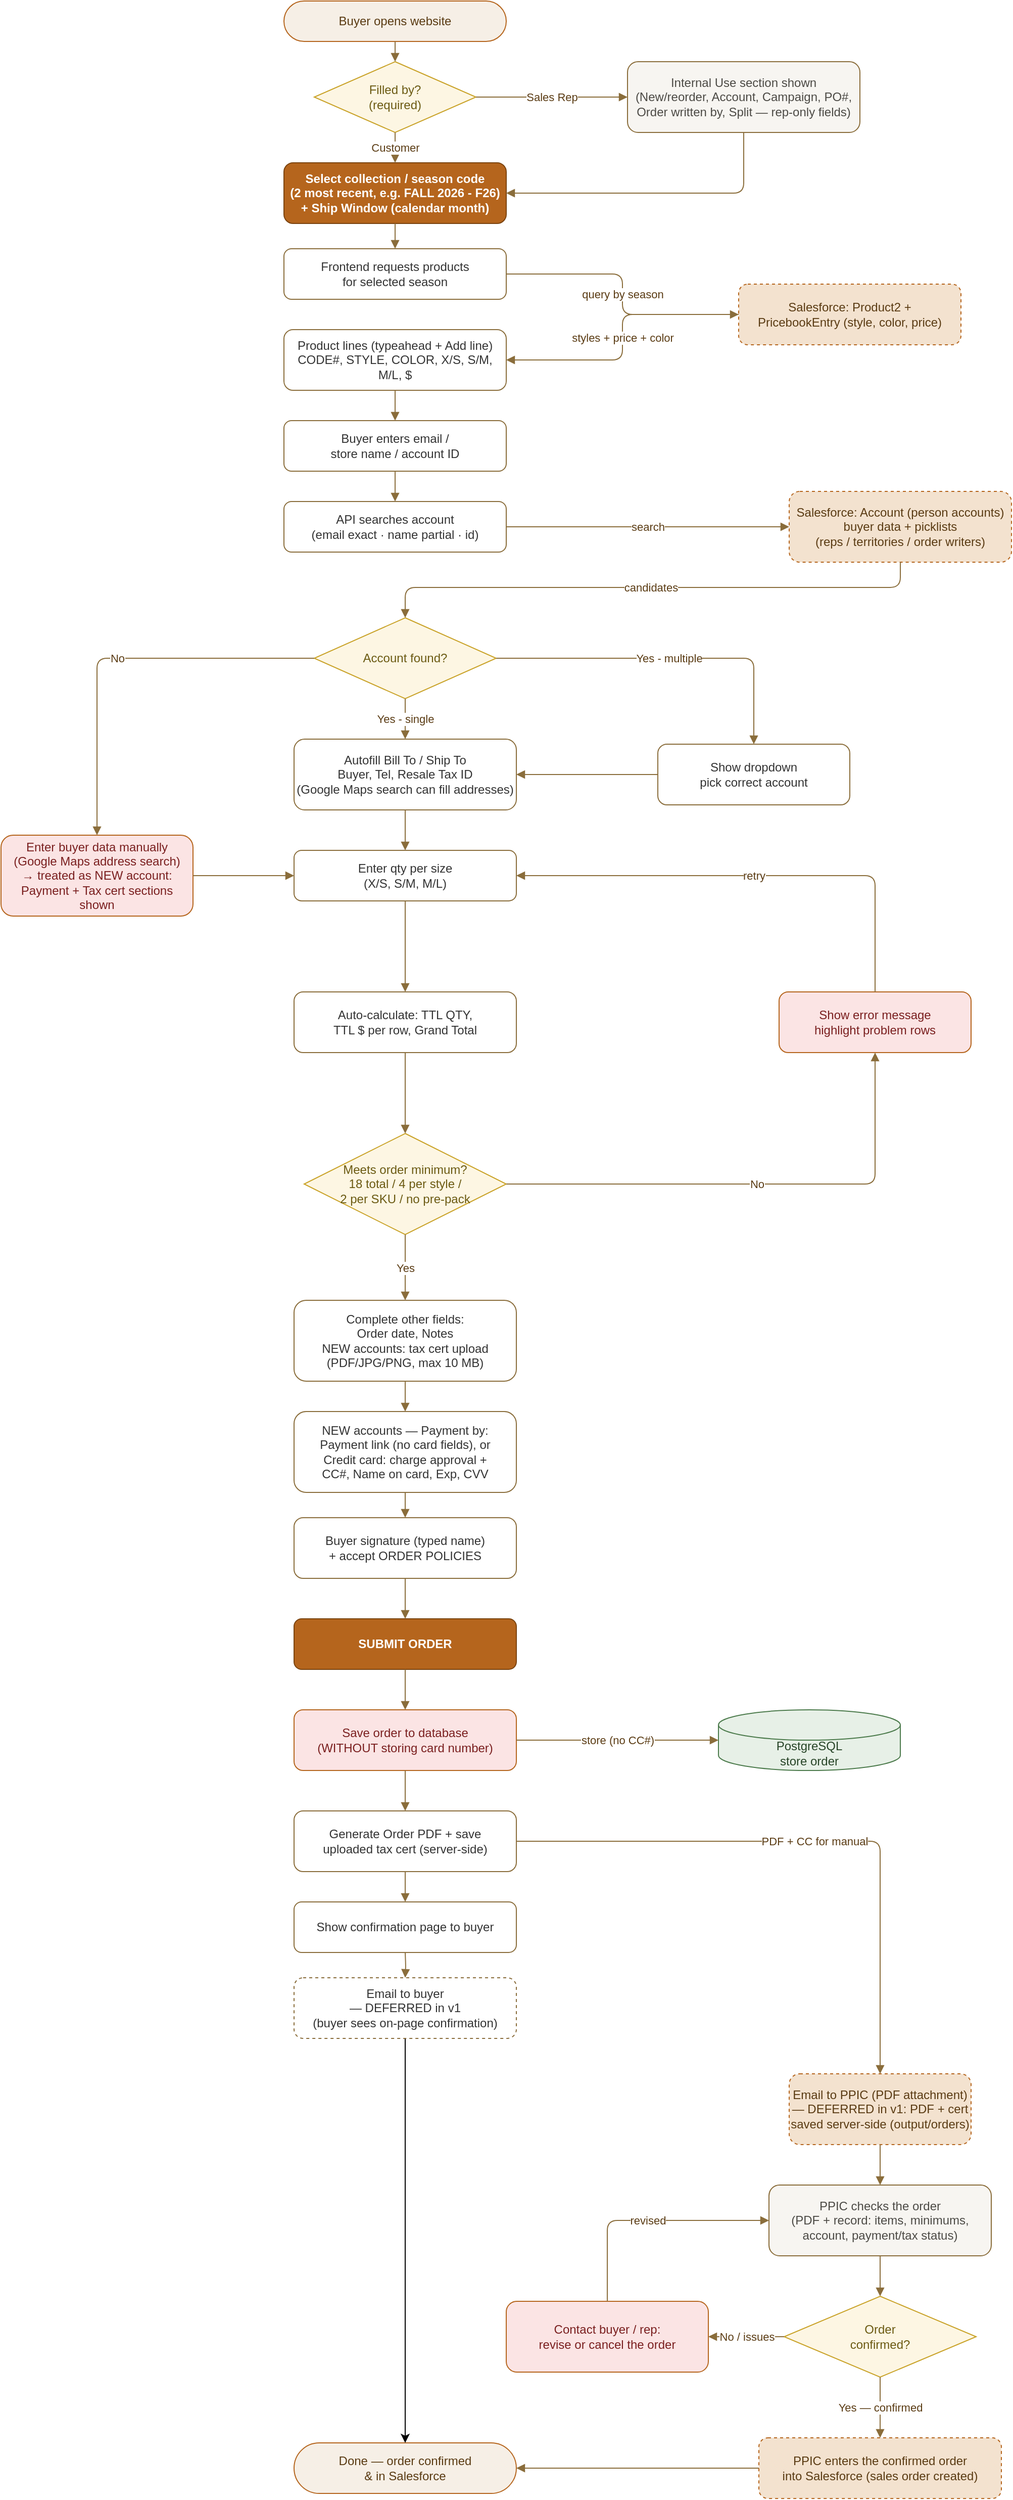
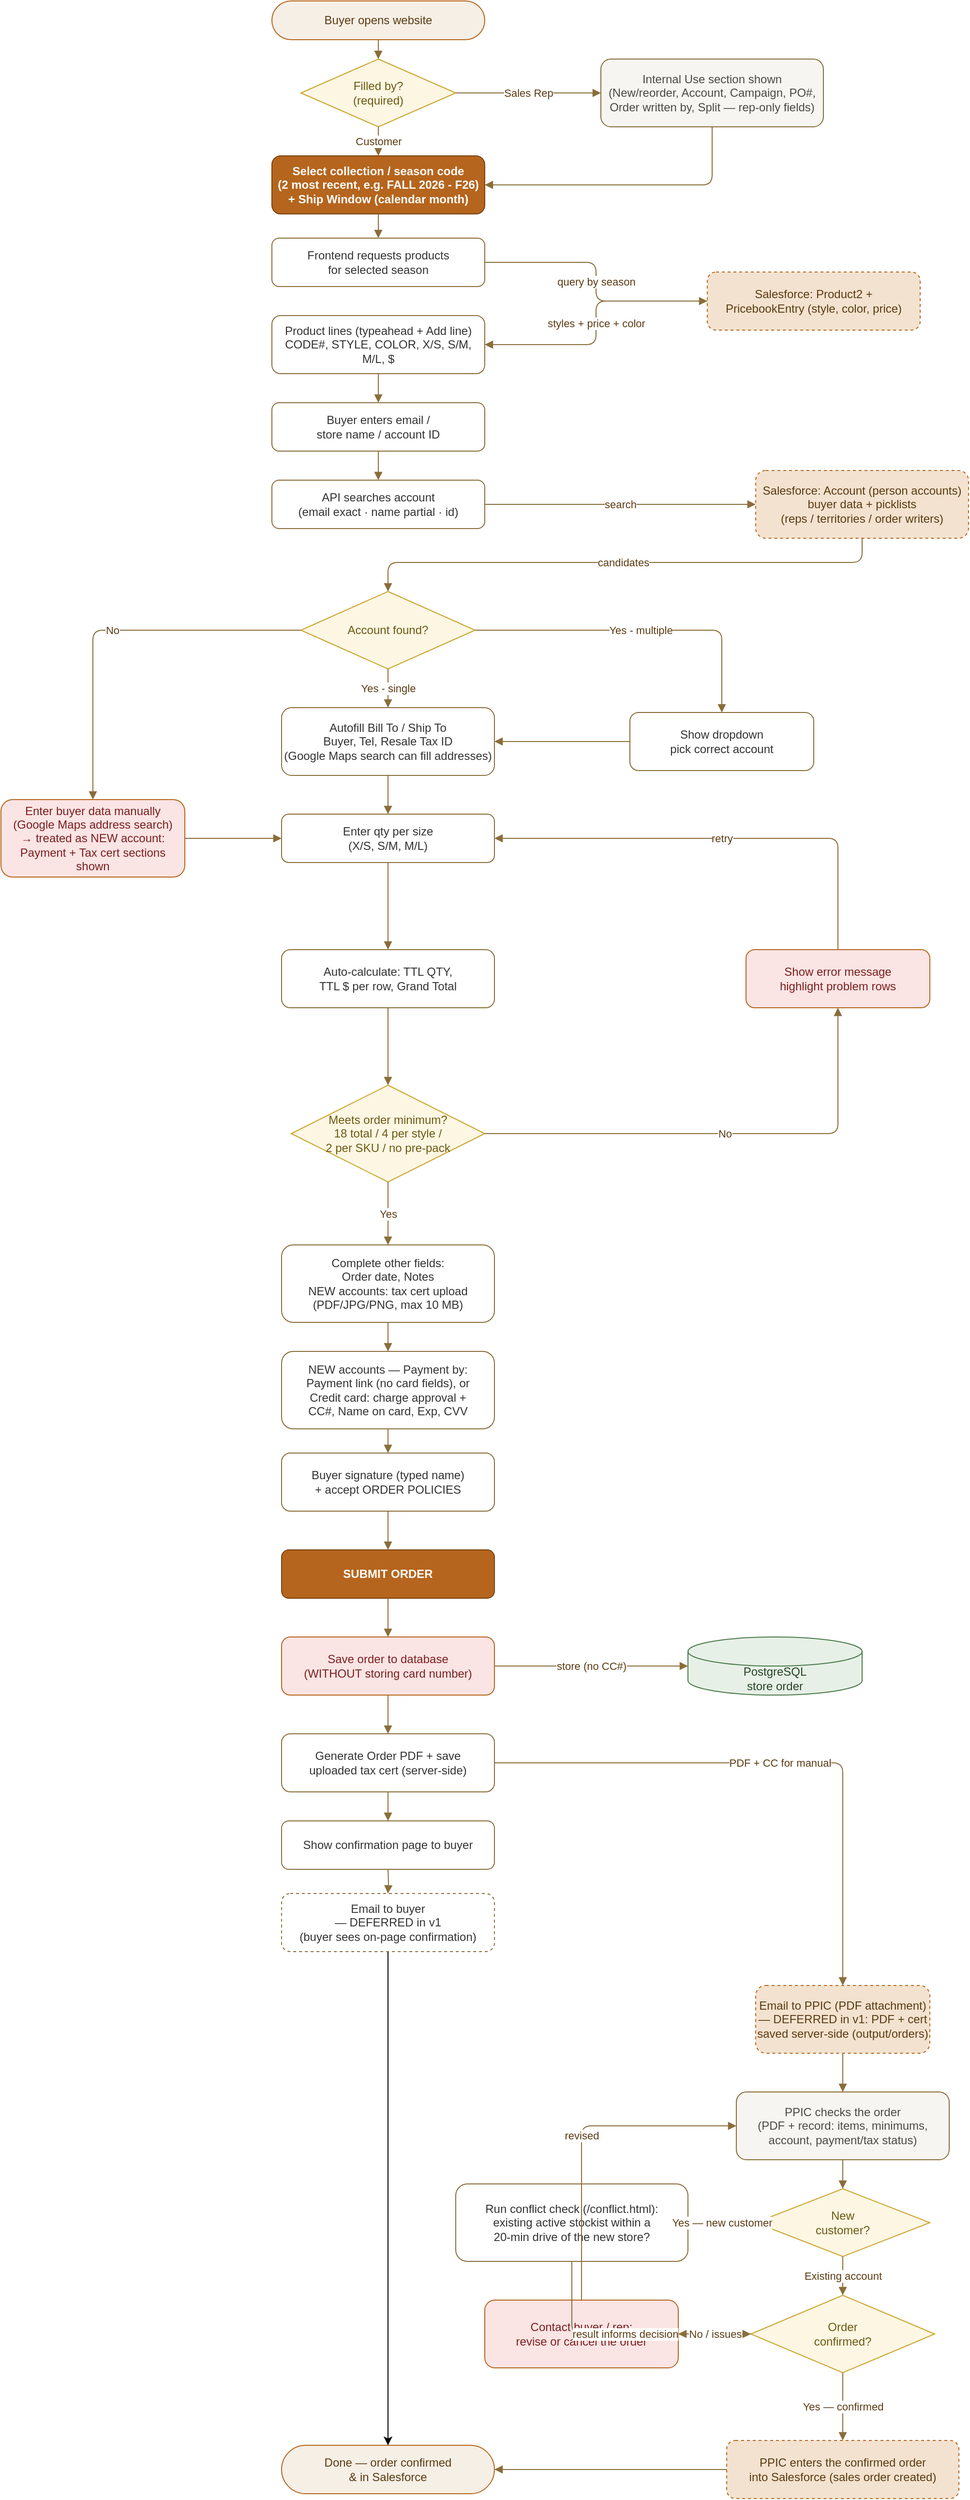
<mxfile host="65bd71144e">
    <diagram id="woodenships-order" name="Wooden Ships Order Flow">
-         <mxGraphModel dx="1341" dy="384" grid="1" gridSize="10" guides="1" tooltips="1" connect="1" arrows="1" fold="1" page="1" pageScale="1" pageWidth="1100" pageHeight="2600" math="0" shadow="0">
+         <mxGraphModel dx="1341" dy="384" grid="1" gridSize="10" guides="1" tooltips="1" connect="1" arrows="1" fold="1" page="1" pageScale="1" pageWidth="1100" pageHeight="2750" math="0" shadow="0">
            <root>
                <mxCell id="0"/>
                <mxCell id="1" parent="0"/>
                <mxCell id="start" value="Buyer opens website" style="rounded=1;whiteSpace=wrap;html=1;fillColor=#f6efe6;strokeColor=#b5651d;arcSize=50;fontColor=#5a3b13;" parent="1" vertex="1">
                    <mxGeometry x="360" y="10" width="220" height="40" as="geometry"/>
                </mxCell>
                <mxCell id="filledby" value="Filled by?&lt;br&gt;(required)" style="rhombus;whiteSpace=wrap;html=1;fillColor=#fdf6e3;strokeColor=#c9a227;fontColor=#6b5a12;" parent="1" vertex="1">
                    <mxGeometry x="390" y="70" width="160" height="70" as="geometry"/>
                </mxCell>
                <mxCell id="internaluse" value="Internal Use section shown&lt;br&gt;(New/reorder, Account, Campaign, PO#,&lt;br&gt;Order written by, Split — rep-only fields)" style="rounded=1;whiteSpace=wrap;html=1;fillColor=#f7f5f1;strokeColor=#8a6d3b;fontColor=#4c4a45;" parent="1" vertex="1">
                    <mxGeometry x="700" y="70" width="230" height="70" as="geometry"/>
                </mxCell>
                <mxCell id="season" value="Select collection / season code&lt;br&gt;(2 most recent, e.g. FALL 2026 - F26)&lt;br&gt;+ Ship Window (calendar month)" style="rounded=1;whiteSpace=wrap;html=1;fillColor=#b5651d;strokeColor=#7a430f;fontColor=#ffffff;fontStyle=1;" parent="1" vertex="1">
                    <mxGeometry x="360" y="170" width="220" height="60" as="geometry"/>
                </mxCell>
                <mxCell id="req" value="Frontend requests products&lt;br&gt;for selected season" style="rounded=1;whiteSpace=wrap;html=1;fillColor=#ffffff;strokeColor=#8a6d3b;fontColor=#333333;" parent="1" vertex="1">
                    <mxGeometry x="360" y="255" width="220" height="50" as="geometry"/>
                </mxCell>
                <mxCell id="show" value="Product lines (typeahead + Add line)&lt;br&gt;CODE#, STYLE, COLOR, X/S, S/M, M/L, $" style="rounded=1;whiteSpace=wrap;html=1;fillColor=#ffffff;strokeColor=#8a6d3b;fontColor=#333333;" parent="1" vertex="1">
                    <mxGeometry x="360" y="335" width="220" height="60" as="geometry"/>
                </mxCell>
                <mxCell id="buyer" value="Buyer enters email /&lt;br&gt;store name / account ID" style="rounded=1;whiteSpace=wrap;html=1;fillColor=#ffffff;strokeColor=#8a6d3b;fontColor=#333333;" parent="1" vertex="1">
                    <mxGeometry x="360" y="425" width="220" height="50" as="geometry"/>
                </mxCell>
                <mxCell id="api2" value="API searches account&lt;br&gt;(email exact · name partial · id)" style="rounded=1;whiteSpace=wrap;html=1;fillColor=#ffffff;strokeColor=#8a6d3b;fontColor=#333333;" parent="1" vertex="1">
                    <mxGeometry x="360" y="505" width="220" height="50" as="geometry"/>
                </mxCell>
                <mxCell id="match" value="Account found?" style="rhombus;whiteSpace=wrap;html=1;fillColor=#fdf6e3;strokeColor=#c9a227;fontColor=#6b5a12;" parent="1" vertex="1">
                    <mxGeometry x="390" y="620" width="180" height="80" as="geometry"/>
                </mxCell>
                <mxCell id="autofill" value="Autofill Bill To / Ship To&lt;br&gt;Buyer, Tel, Resale Tax ID&lt;br&gt;(Google Maps search can fill addresses)" style="rounded=1;whiteSpace=wrap;html=1;fillColor=#ffffff;strokeColor=#8a6d3b;fontColor=#333333;" parent="1" vertex="1">
                    <mxGeometry x="370" y="740" width="220" height="70" as="geometry"/>
                </mxCell>
                <mxCell id="qty" value="Enter qty per size&lt;br&gt;(X/S, S/M, M/L)" style="rounded=1;whiteSpace=wrap;html=1;fillColor=#ffffff;strokeColor=#8a6d3b;fontColor=#333333;" parent="1" vertex="1">
                    <mxGeometry x="370" y="850" width="220" height="50" as="geometry"/>
                </mxCell>
                <mxCell id="calc" value="Auto-calculate: TTL QTY,&lt;br&gt;TTL $ per row, Grand Total" style="rounded=1;whiteSpace=wrap;html=1;fillColor=#ffffff;strokeColor=#8a6d3b;fontColor=#333333;" parent="1" vertex="1">
                    <mxGeometry x="370" y="990" width="220" height="60" as="geometry"/>
                </mxCell>
                <mxCell id="valid" value="Meets order minimum?&lt;br&gt;18 total / 4 per style /&lt;br&gt;2 per SKU / no pre-pack" style="rhombus;whiteSpace=wrap;html=1;fillColor=#fdf6e3;strokeColor=#c9a227;fontColor=#6b5a12;" parent="1" vertex="1">
                    <mxGeometry x="380" y="1130" width="200" height="100" as="geometry"/>
                </mxCell>
                <mxCell id="details" value="Complete other fields:&lt;br&gt;Order date, Notes&lt;br&gt;NEW accounts: tax cert upload&lt;br&gt;(PDF/JPG/PNG, max 10 MB)" style="rounded=1;whiteSpace=wrap;html=1;fillColor=#ffffff;strokeColor=#8a6d3b;fontColor=#333333;" parent="1" vertex="1">
                    <mxGeometry x="370" y="1295" width="220" height="80" as="geometry"/>
                </mxCell>
                <mxCell id="pay" value="NEW accounts — Payment by:&lt;br&gt;Payment link (no card fields), or&lt;br&gt;Credit card: charge approval +&lt;br&gt;CC#, Name on card, Exp, CVV" style="rounded=1;whiteSpace=wrap;html=1;fillColor=#ffffff;strokeColor=#8a6d3b;fontColor=#333333;" parent="1" vertex="1">
                    <mxGeometry x="370" y="1405" width="220" height="80" as="geometry"/>
                </mxCell>
                <mxCell id="sign" value="Buyer signature (typed name)&lt;br&gt;+ accept ORDER POLICIES" style="rounded=1;whiteSpace=wrap;html=1;fillColor=#ffffff;strokeColor=#8a6d3b;fontColor=#333333;" parent="1" vertex="1">
                    <mxGeometry x="370" y="1510" width="220" height="60" as="geometry"/>
                </mxCell>
                <mxCell id="submit" value="SUBMIT ORDER" style="rounded=1;whiteSpace=wrap;html=1;fillColor=#b5651d;strokeColor=#7a430f;fontColor=#ffffff;fontStyle=1;" parent="1" vertex="1">
                    <mxGeometry x="370" y="1610" width="220" height="50" as="geometry"/>
                </mxCell>
                <mxCell id="save" value="Save order to database&lt;br&gt;(WITHOUT storing card number)" style="rounded=1;whiteSpace=wrap;html=1;fillColor=#fbe4e4;strokeColor=#b5651d;fontColor=#7a1f1f;" parent="1" vertex="1">
                    <mxGeometry x="370" y="1700" width="220" height="60" as="geometry"/>
                </mxCell>
                <mxCell id="pdf" value="Generate Order PDF + save&lt;br&gt;uploaded tax cert (server-side)" style="rounded=1;whiteSpace=wrap;html=1;fillColor=#ffffff;strokeColor=#8a6d3b;fontColor=#333333;" parent="1" vertex="1">
                    <mxGeometry x="370" y="1800" width="220" height="60" as="geometry"/>
                </mxCell>
                <mxCell id="confirm" value="Show confirmation page to buyer" style="rounded=1;whiteSpace=wrap;html=1;fillColor=#ffffff;strokeColor=#8a6d3b;fontColor=#333333;" parent="1" vertex="1">
                    <mxGeometry x="370" y="1890" width="220" height="50" as="geometry"/>
                </mxCell>
                <mxCell id="ppic" value="PPIC checks the order&lt;br&gt;(PDF + record: items, minimums,&lt;br&gt;account, payment/tax status)" style="rounded=1;whiteSpace=wrap;html=1;fillColor=#f7f5f1;strokeColor=#8a6d3b;fontColor=#4c4a45;" parent="1" vertex="1">
                    <mxGeometry x="840" y="2170" width="220" height="70" as="geometry"/>
                </mxCell>
+                 <mxCell id="newcust" value="New&lt;br&gt;customer?" style="rhombus;whiteSpace=wrap;html=1;fillColor=#fdf6e3;strokeColor=#c9a227;fontColor=#6b5a12;" parent="1" vertex="1">
+                     <mxGeometry x="860" y="2270" width="180" height="70" as="geometry"/>
+                 </mxCell>
+                 <mxCell id="conflictcheck" value="Run conflict check (/conflict.html):&lt;br&gt;existing active stockist within a&lt;br&gt;20-min drive of the new store?" style="rounded=1;whiteSpace=wrap;html=1;fillColor=#ffffff;strokeColor=#8a6d3b;fontColor=#333333;" parent="1" vertex="1">
+                     <mxGeometry x="550" y="2265" width="240" height="80" as="geometry"/>
+                 </mxCell>
                <mxCell id="ppicok" value="Order&lt;br&gt;confirmed?" style="rhombus;whiteSpace=wrap;html=1;fillColor=#fdf6e3;strokeColor=#c9a227;fontColor=#6b5a12;" parent="1" vertex="1">
-                     <mxGeometry x="855" y="2280" width="190" height="80" as="geometry"/>
+                     <mxGeometry x="855" y="2380" width="190" height="80" as="geometry"/>
                </mxCell>
                <mxCell id="ppicfix" value="Contact buyer / rep:&lt;br&gt;revise or cancel the order" style="rounded=1;whiteSpace=wrap;html=1;fillColor=#fbe4e4;strokeColor=#b5651d;fontColor=#7a1f1f;" parent="1" vertex="1">
-                     <mxGeometry x="580" y="2285" width="200" height="70" as="geometry"/>
+                     <mxGeometry x="580" y="2385" width="200" height="70" as="geometry"/>
                </mxCell>
                <mxCell id="sfentry" value="PPIC enters the confirmed order&lt;br&gt;into Salesforce (sales order created)" style="rounded=1;whiteSpace=wrap;html=1;fillColor=#f3e2cf;strokeColor=#b5651d;fontColor=#5a3b13;dashed=1;" parent="1" vertex="1">
-                     <mxGeometry x="830" y="2420" width="240" height="60" as="geometry"/>
+                     <mxGeometry x="830" y="2530" width="240" height="60" as="geometry"/>
                </mxCell>
                <mxCell id="done" value="Done — order confirmed&lt;br&gt;&amp;amp; in Salesforce" style="rounded=1;whiteSpace=wrap;html=1;fillColor=#f6efe6;strokeColor=#b5651d;arcSize=50;fontColor=#5a3b13;" parent="1" vertex="1">
-                     <mxGeometry x="370" y="2425" width="220" height="50" as="geometry"/>
+                     <mxGeometry x="370" y="2535" width="220" height="50" as="geometry"/>
                </mxCell>
                <mxCell id="pick" value="Show dropdown&lt;br&gt;pick correct account" style="rounded=1;whiteSpace=wrap;html=1;fillColor=#ffffff;strokeColor=#8a6d3b;fontColor=#333333;" parent="1" vertex="1">
                    <mxGeometry x="730" y="745" width="190" height="60" as="geometry"/>
                </mxCell>
                <mxCell id="manual" value="Enter buyer data manually&lt;br&gt;(Google Maps address search)&lt;br&gt;→ treated as NEW account:&lt;br&gt;Payment + Tax cert sections shown" style="rounded=1;whiteSpace=wrap;html=1;fillColor=#fbe4e4;strokeColor=#b5651d;fontColor=#7a1f1f;" parent="1" vertex="1">
                    <mxGeometry x="80" y="835" width="190" height="80" as="geometry"/>
                </mxCell>
                <mxCell id="err" value="Show error message&lt;br&gt;highlight problem rows" style="rounded=1;whiteSpace=wrap;html=1;fillColor=#fbe4e4;strokeColor=#b5651d;fontColor=#7a1f1f;" parent="1" vertex="1">
                    <mxGeometry x="850" y="990" width="190" height="60" as="geometry"/>
                </mxCell>
                <mxCell id="sfprod" value="Salesforce: Product2 +&lt;br&gt;PricebookEntry (style, color, price)" style="rounded=1;whiteSpace=wrap;html=1;fillColor=#f3e2cf;strokeColor=#b5651d;fontColor=#5a3b13;dashed=1;" parent="1" vertex="1">
                    <mxGeometry x="810" y="290" width="220" height="60" as="geometry"/>
                </mxCell>
                <mxCell id="sfacc" value="Salesforce: Account (person accounts)&lt;br&gt;buyer data + picklists&lt;br&gt;(reps / territories / order writers)" style="rounded=1;whiteSpace=wrap;html=1;fillColor=#f3e2cf;strokeColor=#b5651d;fontColor=#5a3b13;dashed=1;" parent="1" vertex="1">
                    <mxGeometry x="860" y="495" width="220" height="70" as="geometry"/>
                </mxCell>
                <mxCell id="db" value="PostgreSQL&lt;br&gt;store order" style="shape=cylinder3;whiteSpace=wrap;html=1;boundedLbl=1;backgroundOutline=1;fillColor=#e7f0e7;strokeColor=#4b7a4b;fontColor=#274427;" parent="1" vertex="1">
                    <mxGeometry x="790" y="1700" width="180" height="60" as="geometry"/>
                </mxCell>
                <mxCell id="mail" value="Email to PPIC (PDF attachment)&lt;br&gt;— DEFERRED in v1: PDF + cert&lt;br&gt;saved server-side (output/orders)" style="rounded=1;whiteSpace=wrap;html=1;fillColor=#f3e2cf;strokeColor=#b5651d;fontColor=#5a3b13;dashed=1;" parent="1" vertex="1">
                    <mxGeometry x="860" y="2060" width="180" height="70" as="geometry"/>
                </mxCell>
                <mxCell id="e0" value="" style="edgeStyle=orthogonalEdgeStyle;rounded=1;html=1;strokeColor=#8a6d3b;fontColor=#5a3b13;endArrow=block;" parent="1" source="start" target="filledby" edge="1">
                    <mxGeometry relative="1" as="geometry"/>
                </mxCell>
                <mxCell id="efb1" value="Sales Rep" style="edgeStyle=orthogonalEdgeStyle;rounded=1;html=1;strokeColor=#8a6d3b;fontColor=#5a3b13;endArrow=block;exitX=1;exitY=0.5;exitDx=0;exitDy=0;entryX=0;entryY=0.5;entryDx=0;entryDy=0;" parent="1" source="filledby" target="internaluse" edge="1">
                    <mxGeometry relative="1" as="geometry"/>
                </mxCell>
                <mxCell id="efb2" value="Customer" style="edgeStyle=orthogonalEdgeStyle;rounded=1;html=1;strokeColor=#8a6d3b;fontColor=#5a3b13;endArrow=block;exitX=0.5;exitY=1;exitDx=0;exitDy=0;entryX=0.5;entryY=0;entryDx=0;entryDy=0;" parent="1" source="filledby" target="season" edge="1">
                    <mxGeometry relative="1" as="geometry"/>
                </mxCell>
                <mxCell id="efb3" value="" style="edgeStyle=orthogonalEdgeStyle;rounded=1;html=1;strokeColor=#8a6d3b;fontColor=#5a3b13;endArrow=block;exitX=0.5;exitY=1;exitDx=0;exitDy=0;entryX=1;entryY=0.5;entryDx=0;entryDy=0;" parent="1" source="internaluse" target="season" edge="1">
                    <mxGeometry relative="1" as="geometry"/>
                </mxCell>
                <mxCell id="e1" value="" style="edgeStyle=orthogonalEdgeStyle;rounded=1;html=1;strokeColor=#8a6d3b;fontColor=#5a3b13;endArrow=block;" parent="1" source="season" target="req" edge="1">
                    <mxGeometry relative="1" as="geometry"/>
                </mxCell>
                <mxCell id="e2" value="query by season" style="edgeStyle=orthogonalEdgeStyle;rounded=1;html=1;strokeColor=#8a6d3b;fontColor=#5a3b13;endArrow=block;" parent="1" source="req" target="sfprod" edge="1">
                    <mxGeometry relative="1" as="geometry"/>
                </mxCell>
                <mxCell id="e3" value="styles + price + color" style="edgeStyle=orthogonalEdgeStyle;rounded=1;html=1;strokeColor=#8a6d3b;fontColor=#5a3b13;endArrow=block;" parent="1" source="sfprod" target="show" edge="1">
                    <mxGeometry relative="1" as="geometry"/>
                </mxCell>
                <mxCell id="e4" value="" style="edgeStyle=orthogonalEdgeStyle;rounded=1;html=1;strokeColor=#8a6d3b;fontColor=#5a3b13;endArrow=block;" parent="1" source="show" target="buyer" edge="1">
                    <mxGeometry relative="1" as="geometry"/>
                </mxCell>
                <mxCell id="e5" value="" style="edgeStyle=orthogonalEdgeStyle;rounded=1;html=1;strokeColor=#8a6d3b;fontColor=#5a3b13;endArrow=block;" parent="1" source="buyer" target="api2" edge="1">
                    <mxGeometry relative="1" as="geometry"/>
                </mxCell>
                <mxCell id="e6" value="search" style="edgeStyle=orthogonalEdgeStyle;rounded=1;html=1;strokeColor=#8a6d3b;fontColor=#5a3b13;endArrow=block;" parent="1" source="api2" target="sfacc" edge="1">
                    <mxGeometry relative="1" as="geometry"/>
                </mxCell>
                <mxCell id="e7" value="candidates" style="edgeStyle=orthogonalEdgeStyle;rounded=1;html=1;strokeColor=#8a6d3b;fontColor=#5a3b13;endArrow=block;" parent="1" source="sfacc" target="match" edge="1">
                    <mxGeometry relative="1" as="geometry">
                        <Array as="points">
                            <mxPoint x="970" y="590"/>
                            <mxPoint x="480" y="590"/>
                        </Array>
                        <mxPoint as="offset"/>
                    </mxGeometry>
                </mxCell>
                <mxCell id="e8" value="Yes - multiple" style="edgeStyle=orthogonalEdgeStyle;rounded=1;html=1;strokeColor=#8a6d3b;fontColor=#5a3b13;endArrow=block;" parent="1" source="match" target="pick" edge="1">
                    <mxGeometry x="0.0028" relative="1" as="geometry">
                        <mxPoint as="offset"/>
                    </mxGeometry>
                </mxCell>
                <mxCell id="e9" value="Yes - single" style="edgeStyle=orthogonalEdgeStyle;rounded=1;html=1;strokeColor=#8a6d3b;fontColor=#5a3b13;endArrow=block;" parent="1" source="match" target="autofill" edge="1">
                    <mxGeometry relative="1" as="geometry"/>
                </mxCell>
                <mxCell id="e10" value="No" style="edgeStyle=orthogonalEdgeStyle;rounded=1;html=1;strokeColor=#8a6d3b;fontColor=#5a3b13;endArrow=block;" parent="1" source="match" target="manual" edge="1">
                    <mxGeometry relative="1" as="geometry"/>
                </mxCell>
                <mxCell id="e11" value="" style="edgeStyle=orthogonalEdgeStyle;rounded=1;html=1;strokeColor=#8a6d3b;fontColor=#5a3b13;endArrow=block;" parent="1" source="pick" target="autofill" edge="1">
                    <mxGeometry relative="1" as="geometry"/>
                </mxCell>
                <mxCell id="e12" value="" style="edgeStyle=orthogonalEdgeStyle;rounded=1;html=1;strokeColor=#8a6d3b;fontColor=#5a3b13;endArrow=block;" parent="1" source="manual" target="qty" edge="1">
                    <mxGeometry relative="1" as="geometry"/>
                </mxCell>
                <mxCell id="e13" value="" style="edgeStyle=orthogonalEdgeStyle;rounded=1;html=1;strokeColor=#8a6d3b;fontColor=#5a3b13;endArrow=block;" parent="1" source="autofill" target="qty" edge="1">
                    <mxGeometry relative="1" as="geometry"/>
                </mxCell>
                <mxCell id="e14" value="" style="edgeStyle=orthogonalEdgeStyle;rounded=1;html=1;strokeColor=#8a6d3b;fontColor=#5a3b13;endArrow=block;" parent="1" source="qty" target="calc" edge="1">
                    <mxGeometry relative="1" as="geometry"/>
                </mxCell>
                <mxCell id="e15" value="" style="edgeStyle=orthogonalEdgeStyle;rounded=1;html=1;strokeColor=#8a6d3b;fontColor=#5a3b13;endArrow=block;" parent="1" source="calc" target="valid" edge="1">
                    <mxGeometry relative="1" as="geometry"/>
                </mxCell>
                <mxCell id="e16" value="No" style="edgeStyle=orthogonalEdgeStyle;rounded=1;html=1;strokeColor=#8a6d3b;fontColor=#5a3b13;endArrow=block;" parent="1" source="valid" target="err" edge="1">
                    <mxGeometry relative="1" as="geometry"/>
                </mxCell>
                <mxCell id="e17" value="retry" style="edgeStyle=orthogonalEdgeStyle;rounded=1;html=1;strokeColor=#8a6d3b;fontColor=#5a3b13;endArrow=block;entryX=1;entryY=0.5;entryDx=0;entryDy=0;" parent="1" source="err" target="qty" edge="1">
                    <mxGeometry relative="1" as="geometry">
                        <Array as="points">
                            <mxPoint x="945" y="875"/>
                        </Array>
                    </mxGeometry>
                </mxCell>
                <mxCell id="e18" value="Yes" style="edgeStyle=orthogonalEdgeStyle;rounded=1;html=1;strokeColor=#8a6d3b;fontColor=#5a3b13;endArrow=block;" parent="1" source="valid" target="details" edge="1">
                    <mxGeometry relative="1" as="geometry"/>
                </mxCell>
                <mxCell id="e19" value="" style="edgeStyle=orthogonalEdgeStyle;rounded=1;html=1;strokeColor=#8a6d3b;fontColor=#5a3b13;endArrow=block;" parent="1" source="details" target="pay" edge="1">
                    <mxGeometry relative="1" as="geometry"/>
                </mxCell>
                <mxCell id="e20" value="" style="edgeStyle=orthogonalEdgeStyle;rounded=1;html=1;strokeColor=#8a6d3b;fontColor=#5a3b13;endArrow=block;" parent="1" source="pay" target="sign" edge="1">
                    <mxGeometry relative="1" as="geometry"/>
                </mxCell>
                <mxCell id="e21" value="" style="edgeStyle=orthogonalEdgeStyle;rounded=1;html=1;strokeColor=#8a6d3b;fontColor=#5a3b13;endArrow=block;" parent="1" source="sign" target="submit" edge="1">
                    <mxGeometry relative="1" as="geometry"/>
                </mxCell>
                <mxCell id="e22" value="" style="edgeStyle=orthogonalEdgeStyle;rounded=1;html=1;strokeColor=#8a6d3b;fontColor=#5a3b13;endArrow=block;" parent="1" source="submit" target="save" edge="1">
                    <mxGeometry relative="1" as="geometry"/>
                </mxCell>
                <mxCell id="e23" value="store (no CC#)" style="edgeStyle=orthogonalEdgeStyle;rounded=1;html=1;strokeColor=#8a6d3b;fontColor=#5a3b13;endArrow=block;" parent="1" source="save" target="db" edge="1">
                    <mxGeometry relative="1" as="geometry"/>
                </mxCell>
                <mxCell id="e24" value="" style="edgeStyle=orthogonalEdgeStyle;rounded=1;html=1;strokeColor=#8a6d3b;fontColor=#5a3b13;endArrow=block;" parent="1" source="save" target="pdf" edge="1">
                    <mxGeometry relative="1" as="geometry"/>
                </mxCell>
                <mxCell id="e25" value="PDF + CC for manual" style="edgeStyle=orthogonalEdgeStyle;rounded=1;html=1;strokeColor=#8a6d3b;fontColor=#5a3b13;endArrow=block;" parent="1" source="pdf" target="mail" edge="1">
                    <mxGeometry relative="1" as="geometry"/>
                </mxCell>
                <mxCell id="e26" value="" style="edgeStyle=orthogonalEdgeStyle;rounded=1;html=1;strokeColor=#8a6d3b;fontColor=#5a3b13;endArrow=block;" parent="1" source="pdf" target="confirm" edge="1">
                    <mxGeometry relative="1" as="geometry"/>
                </mxCell>
                <mxCell id="e27" value="" style="edgeStyle=orthogonalEdgeStyle;rounded=1;html=1;strokeColor=#8a6d3b;fontColor=#5a3b13;endArrow=block;exitX=0.5;exitY=1;exitDx=0;exitDy=0;entryX=0.5;entryY=0;entryDx=0;entryDy=0;" parent="1" source="mail" target="ppic" edge="1">
                    <mxGeometry relative="1" as="geometry"/>
                </mxCell>
-                 <mxCell id="ep1" value="" style="edgeStyle=orthogonalEdgeStyle;rounded=1;html=1;strokeColor=#8a6d3b;fontColor=#5a3b13;endArrow=block;exitX=0.5;exitY=1;exitDx=0;exitDy=0;entryX=0.5;entryY=0;entryDx=0;entryDy=0;" parent="1" source="ppic" target="ppicok" edge="1">
+                 <mxCell id="ep1" value="" style="edgeStyle=orthogonalEdgeStyle;rounded=1;html=1;strokeColor=#8a6d3b;fontColor=#5a3b13;endArrow=block;exitX=0.5;exitY=1;exitDx=0;exitDy=0;entryX=0.5;entryY=0;entryDx=0;entryDy=0;" parent="1" source="ppic" target="newcust" edge="1">
+                     <mxGeometry relative="1" as="geometry"/>
+                 </mxCell>
+                 <mxCell id="en1" value="Yes — new customer" style="edgeStyle=orthogonalEdgeStyle;rounded=1;html=1;strokeColor=#8a6d3b;fontColor=#5a3b13;endArrow=block;exitX=0;exitY=0.5;exitDx=0;exitDy=0;entryX=1;entryY=0.5;entryDx=0;entryDy=0;" parent="1" source="newcust" target="conflictcheck" edge="1">
+                     <mxGeometry relative="1" as="geometry"/>
+                 </mxCell>
+                 <mxCell id="en2" value="result informs decision" style="edgeStyle=orthogonalEdgeStyle;rounded=1;html=1;strokeColor=#8a6d3b;fontColor=#5a3b13;endArrow=block;exitX=0.5;exitY=1;exitDx=0;exitDy=0;entryX=0;entryY=0.5;entryDx=0;entryDy=0;" parent="1" source="conflictcheck" target="ppicok" edge="1">
+                     <mxGeometry relative="1" as="geometry"/>
+                 </mxCell>
+                 <mxCell id="en3" value="Existing account" style="edgeStyle=orthogonalEdgeStyle;rounded=1;html=1;strokeColor=#8a6d3b;fontColor=#5a3b13;endArrow=block;exitX=0.5;exitY=1;exitDx=0;exitDy=0;entryX=0.5;entryY=0;entryDx=0;entryDy=0;" parent="1" source="newcust" target="ppicok" edge="1">
                    <mxGeometry relative="1" as="geometry"/>
                </mxCell>
                <mxCell id="ep2" value="Yes — confirmed" style="edgeStyle=orthogonalEdgeStyle;rounded=1;html=1;strokeColor=#8a6d3b;fontColor=#5a3b13;endArrow=block;exitX=0.5;exitY=1;exitDx=0;exitDy=0;entryX=0.5;entryY=0;entryDx=0;entryDy=0;" parent="1" source="ppicok" target="sfentry" edge="1">
                    <mxGeometry relative="1" as="geometry"/>
                </mxCell>
                <mxCell id="ep3" value="No / issues" style="edgeStyle=orthogonalEdgeStyle;rounded=1;html=1;strokeColor=#8a6d3b;fontColor=#5a3b13;endArrow=block;exitX=0;exitY=0.5;exitDx=0;exitDy=0;entryX=1;entryY=0.5;entryDx=0;entryDy=0;" parent="1" source="ppicok" target="ppicfix" edge="1">
                    <mxGeometry relative="1" as="geometry"/>
                </mxCell>
                <mxCell id="ep4" value="revised" style="edgeStyle=orthogonalEdgeStyle;rounded=1;html=1;strokeColor=#8a6d3b;fontColor=#5a3b13;endArrow=block;exitX=0.5;exitY=0;exitDx=0;exitDy=0;entryX=0;entryY=0.5;entryDx=0;entryDy=0;" parent="1" source="ppicfix" target="ppic" edge="1">
                    <mxGeometry relative="1" as="geometry"/>
                </mxCell>
                <mxCell id="ep5" value="" style="edgeStyle=orthogonalEdgeStyle;rounded=1;html=1;strokeColor=#8a6d3b;fontColor=#5a3b13;endArrow=block;exitX=0;exitY=0.5;exitDx=0;exitDy=0;entryX=1;entryY=0.5;entryDx=0;entryDy=0;" parent="1" source="sfentry" target="done" edge="1">
                    <mxGeometry relative="1" as="geometry"/>
                </mxCell>
                <mxCell id="e28" value="" style="edgeStyle=orthogonalEdgeStyle;rounded=1;html=1;strokeColor=#8a6d3b;fontColor=#5a3b13;endArrow=block;entryX=0.5;entryY=0;entryDx=0;entryDy=0;" parent="1" target="2" edge="1">
                    <mxGeometry relative="1" as="geometry">
                        <mxPoint x="480" y="1940" as="sourcePoint"/>
                    </mxGeometry>
                </mxCell>
                <mxCell id="3" style="edgeStyle=none;html=1;exitX=0.5;exitY=1;exitDx=0;exitDy=0;entryX=0.5;entryY=0;entryDx=0;entryDy=0;" parent="1" source="2" target="done" edge="1">
                    <mxGeometry relative="1" as="geometry"/>
                </mxCell>
                <mxCell id="2" value="Email to buyer&lt;br&gt;— DEFERRED in v1&lt;br&gt;(buyer sees on-page confirmation)" style="rounded=1;whiteSpace=wrap;html=1;fillColor=#ffffff;strokeColor=#8a6d3b;fontColor=#333333;dashed=1;" parent="1" vertex="1">
                    <mxGeometry x="370" y="1965" width="220" height="60" as="geometry"/>
                </mxCell>
            </root>
        </mxGraphModel>
    </diagram>
</mxfile>